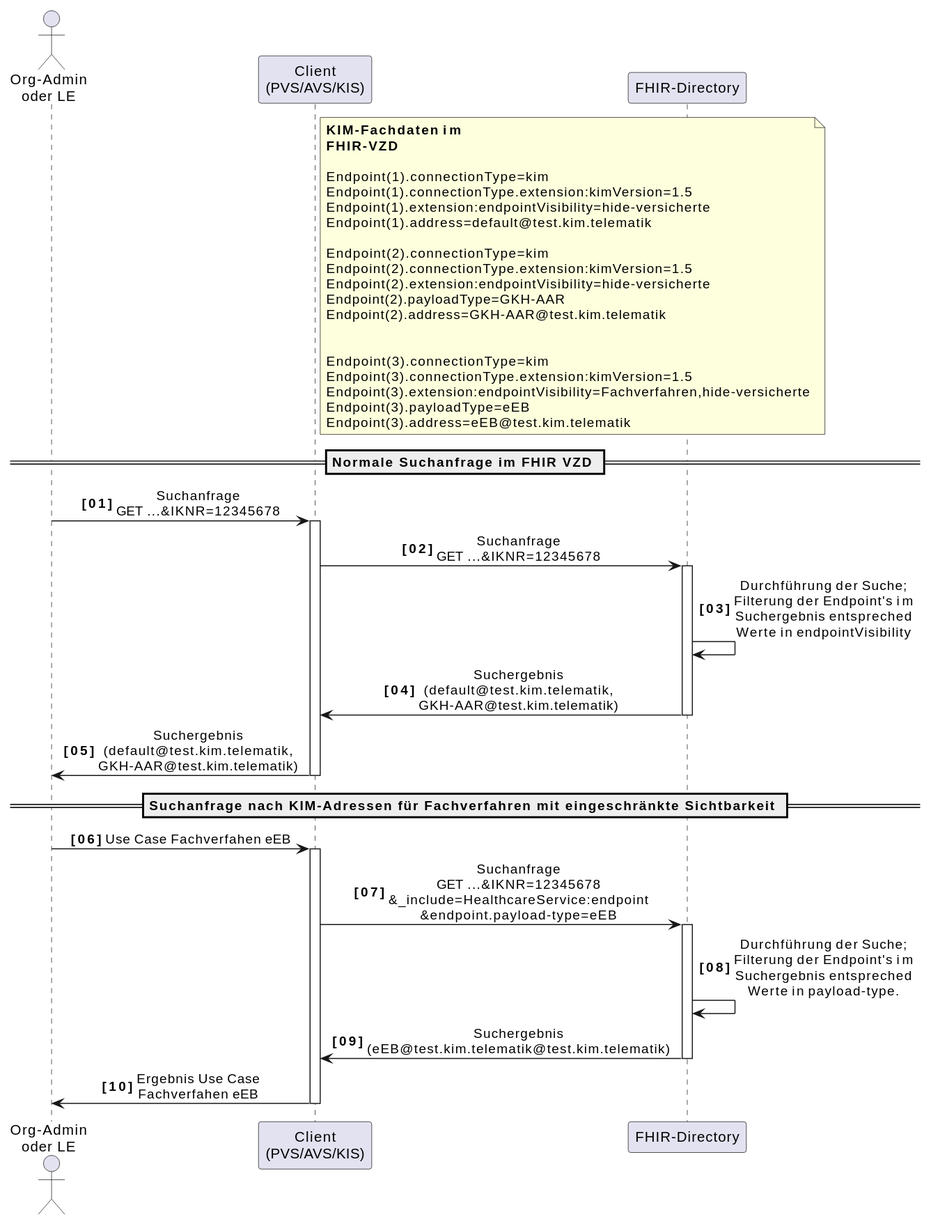
Earlier version of the PlantUML export images/diagrams/SequenceDiagram.FHIR_AF_10472_appTagSuche.svg (gematik/api-vzd). Source of this version:
```plantuml
@startuml
skinparam dpi 100
skinparam WrapWidth 200
skinparam sequenceMessageAlign center
autonumber "<b>[00]"

actor o as "Org-Admin\noder LE"
participant cl as "Client\n(PVS/AVS/KIS)"
participant fd as "FHIR-Directory"

note right of cl
**KIM-Fachdaten im FHIR-VZD**

Endpoint(1).connectionType=kim
Endpoint(1).connectionType.extension:kimVersion=1.5
Endpoint(1).extension:endpointVisibility=hide-versicherte
Endpoint(1).address=default@test.kim.telematik

Endpoint(2).connectionType=kim
Endpoint(2).connectionType.extension:kimVersion=1.5
Endpoint(2).extension:endpointVisibility=hide-versicherte
Endpoint(2).payloadType=GKH-AAR
Endpoint(2).address=GKH-AAR@test.kim.telematik


Endpoint(3).connectionType=kim
Endpoint(3).connectionType.extension:kimVersion=1.5
Endpoint(3).extension:endpointVisibility=Fachverfahren,hide-versicherte
Endpoint(3).payloadType=eEB
Endpoint(3).address=eEB@test.kim.telematik
end note

== Normale Suchanfrage im FHIR VZD ==

o -> cl: Suchanfrage \nGET ...&IKNR=12345678
activate cl
cl -> fd: Suchanfrage \nGET ...&IKNR=12345678
activate fd
fd -> fd: Durchführung der Suche;\nFilterung der Endpoint's im Suchergebnis entspreched Werte in endpointVisibility
fd -> cl: Suchergebnis (default@test.kim.telematik, GKH-AAR@test.kim.telematik)
deactivate fd
cl -> o: Suchergebnis (default@test.kim.telematik, GKH-AAR@test.kim.telematik)
deactivate cl


== Suchanfrage nach KIM-Adressen für Fachverfahren mit eingeschränkte Sichtbarkeit ==

o -> cl: Use Case Fachverfahen eEB
activate cl
cl -> fd: Suchanfrage \nGET ...&IKNR=12345678\n&_include=HealthcareService:endpoint\n&endpoint.payload-type=eEB
activate fd
fd -> fd: Durchführung der Suche;\nFilterung der Endpoint's im Suchergebnis entspreched Werte in payload-type.
fd -> cl: Suchergebnis (eEB@test.kim.telematik@test.kim.telematik)
deactivate fd
cl -> o: Ergebnis Use Case Fachverfahen eEB
deactivate cl
@enduml
```
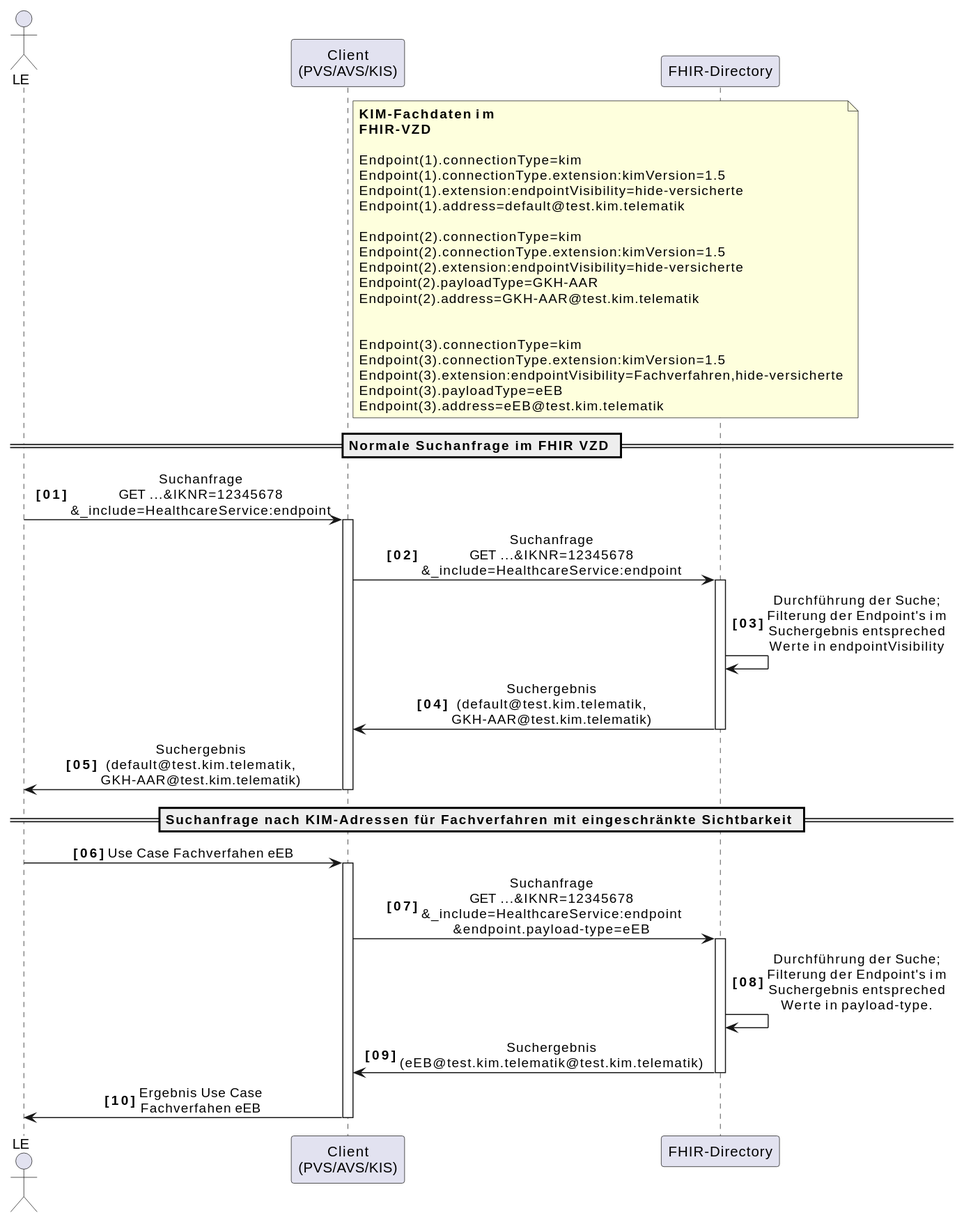
Later version of the same file.

Commit message:
Commit from GitHub Actions (GeneratePlantumlImages)

Change to the diagram source:
```diff
@@ -4,7 +4,7 @@
 skinparam sequenceMessageAlign center
 autonumber "<b>[00]"
 
-actor o as "Org-Admin\noder LE"
+actor o as "LE"
 participant cl as "Client\n(PVS/AVS/KIS)"
 participant fd as "FHIR-Directory"
 
@@ -32,9 +32,9 @@
 
 == Normale Suchanfrage im FHIR VZD ==
 
-o -> cl: Suchanfrage \nGET ...&IKNR=12345678
+o -> cl: Suchanfrage \nGET ...&IKNR=12345678\n&_include=HealthcareService:endpoint
 activate cl
-cl -> fd: Suchanfrage \nGET ...&IKNR=12345678
+cl -> fd: Suchanfrage \nGET ...&IKNR=12345678\n&_include=HealthcareService:endpoint
 activate fd
 fd -> fd: Durchführung der Suche;\nFilterung der Endpoint's im Suchergebnis entspreched Werte in endpointVisibility
 fd -> cl: Suchergebnis (default@test.kim.telematik, GKH-AAR@test.kim.telematik)
```
